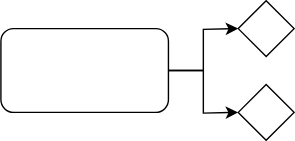
Earlier version of the draw.io export notes/nepodderzhivaemye-merdzh-konflikty.svg (DanilKazanov/for_notes). Source tidied: cells renumbered, new cells last; positions are measured from the earlier drawing's top-left corner, leaving out a move shared by most shapes.
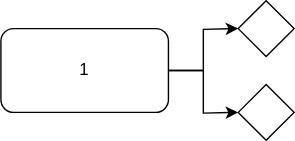
The same file after the commit.

Diff of the diagram source:
```diff
@@ -12,7 +12,7 @@
         <mxPoint x="170" y="80" as="targetPoint" />
       </mxGeometry>
     </mxCell>
-    <mxCell id="4" style="rounded=1;whiteSpace=wrap;html=1;" parent="1" vertex="1">
+    <mxCell id="4" value="1" style="rounded=1;whiteSpace=wrap;html=1;" parent="1" vertex="1">
       <mxGeometry y="20" width="120" height="60" as="geometry" />
     </mxCell>
     <mxCell id="5" style="rhombus;whiteSpace=wrap;html=1;" parent="1" vertex="1">
```
